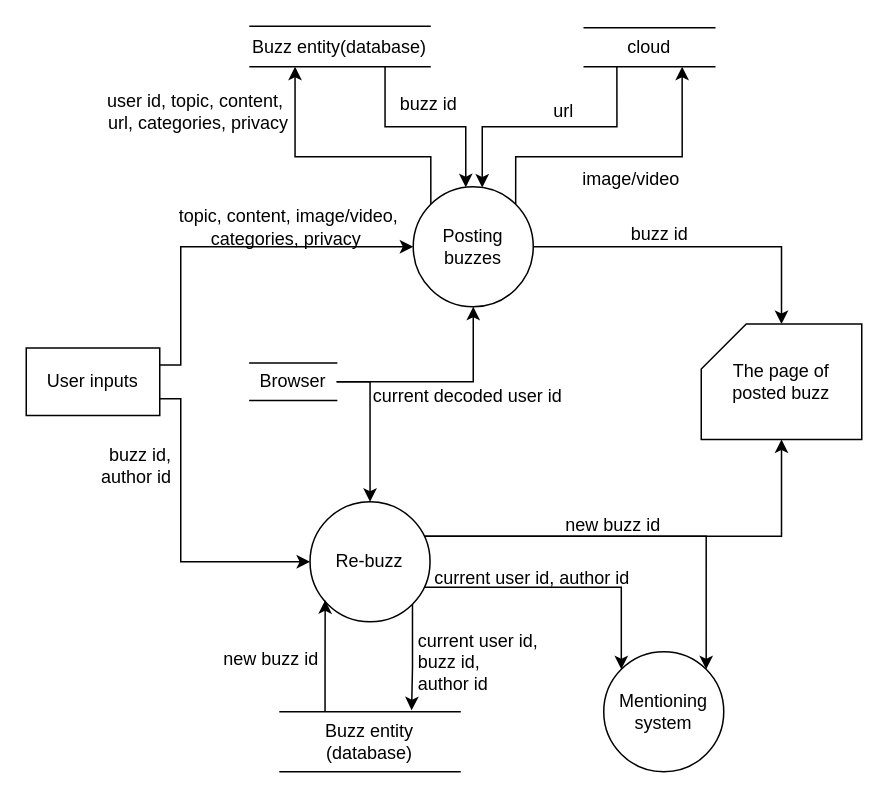
This is DFD/Buzzer/Posting.drawio from DonaldLamNL/buzzer, a draw.io file, before an edit. Source tidied: cells renumbered, new cells numbered last; positions are measured from the earlier drawing's top-left corner, leaving out a move shared by most shapes. Both pictures are drawn from the tidied source at 150%, with x=0, y=0 at pixel (26, 26).
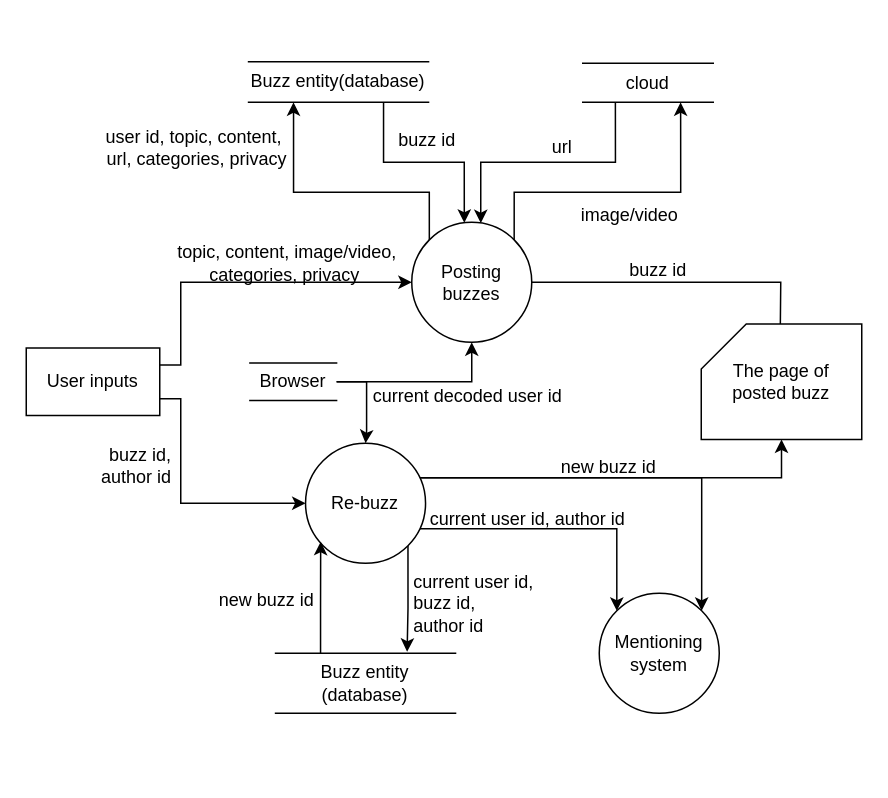
The same diagram, later.

Unchanged cells that the change refers to:
```xml
<mxCell id="15" value="The page of&lt;br&gt;posted buzz" style="shape=card;whiteSpace=wrap;html=1;" parent="1" vertex="1">
  <mxGeometry x="450" y="198.5" width="107" height="77" as="geometry" />
</mxCell>
<mxCell id="30" value="User inputs" style="rounded=0;whiteSpace=wrap;html=1;" parent="1" vertex="1">
  <mxGeometry y="214.5" width="89" height="45" as="geometry" />
</mxCell>
```

What changed in the source:
```diff
@@
     <mxCell id="2" value="&lt;div style=&quot;border-color: var(--border-color);&quot;&gt;&amp;nbsp;topic, content, image/video,&lt;/div&gt;&lt;div style=&quot;border-color: var(--border-color);&quot;&gt;categories, privacy&lt;/div&gt;" style="text;html=1;align=center;verticalAlign=middle;strokeColor=none;fillColor=none;" parent="1" vertex="1">
-      <mxGeometry x="89" y="114" width="167" height="40" as="geometry" />
+      <mxGeometry x="88" y="137.7" width="167" height="40" as="geometry" />
     </mxCell>
-    <mxCell id="3" style="edgeStyle=orthogonalEdgeStyle;rounded=0;jettySize=auto;html=1;exitX=1;exitY=0.25;exitDx=0;exitDy=0;entryX=0;entryY=0.5;entryDx=0;entryDy=0;" parent="1" edge="1" source="30" target="8">
-      <mxGeometry relative="1" as="geometry">
-        <Array as="points">
-          <mxPoint x="103" y="226" />
-          <mxPoint x="103" y="147" />
-        </Array>
-      </mxGeometry>
-    </mxCell>
     <mxCell id="4" style="edgeStyle=orthogonalEdgeStyle;rounded=0;jettySize=auto;html=1;exitX=1;exitY=0.75;exitDx=0;exitDy=0;entryX=0;entryY=0.5;entryDx=0;entryDy=0;" parent="1" edge="1" source="30" target="13">
       <mxGeometry relative="1" as="geometry">
         <Array as="points">
           <mxPoint x="103" y="248" />
-          <mxPoint x="103" y="357" />
+          <mxPoint x="103" y="318" />
         </Array>
       </mxGeometry>
     </mxCell>
     <mxCell id="5" style="edgeStyle=orthogonalEdgeStyle;rounded=0;jettySize=auto;html=1;exitX=0;exitY=0;exitDx=0;exitDy=0;entryX=0.25;entryY=1;entryDx=0;entryDy=0;" parent="1" edge="1" source="8" target="17">
       <mxGeometry relative="1" as="geometry">
         <Array as="points">
-          <mxPoint x="270" y="87" />
-          <mxPoint x="179" y="87" />
+          <mxPoint x="269" y="110.7" />
+          <mxPoint x="178" y="110.7" />
         </Array>
       </mxGeometry>
     </mxCell>
     <mxCell id="6" style="edgeStyle=orthogonalEdgeStyle;rounded=0;jettySize=auto;html=1;exitX=1;exitY=0;exitDx=0;exitDy=0;entryX=0.75;entryY=1;entryDx=0;entryDy=0;" parent="1" edge="1" source="8" target="19">
       <mxGeometry relative="1" as="geometry">
         <Array as="points">
-          <mxPoint x="326" y="87" />
-          <mxPoint x="438" y="87" />
+          <mxPoint x="325" y="110.7" />
+          <mxPoint x="437" y="110.7" />
         </Array>
       </mxGeometry>
     </mxCell>
-    <mxCell id="7" style="edgeStyle=orthogonalEdgeStyle;rounded=0;jettySize=auto;html=1;exitX=1;exitY=0.5;exitDx=0;exitDy=0;entryX=0.5;entryY=0;entryDx=0;entryDy=0;entryPerimeter=0;" parent="1" edge="1" source="8" target="15">
-      <mxGeometry relative="1" as="geometry" />
-    </mxCell>
+    <mxCell id="37" style="edgeStyle=orthogonalEdgeStyle;rounded=0;jettySize=auto;html=1;exitX=1;exitY=0.5;exitDx=0;exitDy=0;entryX=0.5;entryY=0;entryDx=0;entryDy=0;entryPerimeter=0;" parent="1" edge="1" source="8">
+      <mxGeometry relative="1" as="geometry">
+        <mxPoint x="502.5" y="222.2" as="targetPoint" />
+      </mxGeometry>
+    </mxCell>
     <mxCell id="8" value="Posting&lt;br&gt;buzzes" style="ellipse;whiteSpace=wrap;html=1;" parent="1" vertex="1">
-      <mxGeometry x="258" y="107" width="80" height="80" as="geometry" />
+      <mxGeometry x="257" y="130.7" width="80" height="80" as="geometry" />
     </mxCell>
@@
-    <mxCell id="10" style="edgeStyle=orthogonalEdgeStyle;rounded=0;jettySize=auto;html=1;exitX=0.953;exitY=0.713;exitDx=0;exitDy=0;entryX=0;entryY=0;entryDx=0;entryDy=0;exitPerimeter=0;" parent="1" edge="1" source="13" target="14">
-      <mxGeometry relative="1" as="geometry">
-        <Array as="points">
-          <mxPoint x="397" y="374" />
-        </Array>
-      </mxGeometry>
-    </mxCell>
+    <mxCell id="38" style="edgeStyle=orthogonalEdgeStyle;rounded=0;jettySize=auto;html=1;exitX=0.953;exitY=0.713;exitDx=0;exitDy=0;entryX=0;entryY=0;entryDx=0;entryDy=0;exitPerimeter=0;" parent="1" edge="1" source="13" target="14">
+      <mxGeometry relative="1" as="geometry">
+        <Array as="points">
+          <mxPoint x="394" y="335" />
+        </Array>
+      </mxGeometry>
+    </mxCell>
@@
-    <mxCell id="12" style="edgeStyle=orthogonalEdgeStyle;rounded=0;jettySize=auto;html=1;exitX=0.951;exitY=0.288;exitDx=0;exitDy=0;entryX=1;entryY=0;entryDx=0;entryDy=0;exitPerimeter=0;" parent="1" edge="1" source="13" target="14">
-      <mxGeometry relative="1" as="geometry" />
-    </mxCell>
+    <mxCell id="39" style="edgeStyle=orthogonalEdgeStyle;rounded=0;jettySize=auto;html=1;exitX=0.951;exitY=0.288;exitDx=0;exitDy=0;entryX=1;entryY=0;entryDx=0;entryDy=0;exitPerimeter=0;" parent="1" edge="1" source="13" target="14">
+      <mxGeometry relative="1" as="geometry" />
+    </mxCell>
     <mxCell id="13" value="Re-buzz" style="ellipse;whiteSpace=wrap;html=1;" parent="1" vertex="1">
-      <mxGeometry x="189.2" y="317" width="80" height="80" as="geometry" />
+      <mxGeometry x="186.2" y="278" width="80" height="80" as="geometry" />
     </mxCell>
     <mxCell id="14" value="Mentioning system" style="ellipse;whiteSpace=wrap;html=1;" parent="1" vertex="1">
-      <mxGeometry x="385" y="417" width="80" height="80" as="geometry" />
+      <mxGeometry x="382" y="378" width="80" height="80" as="geometry" />
     </mxCell>
@@
     <mxCell id="17" value="Buzz entity(database)" style="shape=partialRectangle;whiteSpace=wrap;html=1;left=0;right=0;fillColor=none;rounded=0;strokeColor=default;fontFamily=Helvetica;fontSize=12;fontColor=default;" parent="1" vertex="1">
-      <mxGeometry x="149.2" width="120" height="27" as="geometry" />
+      <mxGeometry x="148.2" y="23.7" width="120" height="27" as="geometry" />
     </mxCell>
@@
     <mxCell id="19" value="cloud" style="shape=partialRectangle;whiteSpace=wrap;html=1;left=0;right=0;fillColor=none;rounded=0;strokeColor=default;fontFamily=Helvetica;fontSize=12;fontColor=default;" parent="1" vertex="1">
-      <mxGeometry x="372" y="1" width="87" height="26" as="geometry" />
+      <mxGeometry x="371" y="24.7" width="87" height="26" as="geometry" />
     </mxCell>
     <mxCell id="20" value="image/video" style="text;html=1;align=center;verticalAlign=middle;strokeColor=none;fillColor=none;" parent="1" vertex="1">
-      <mxGeometry x="358" y="87" width="90" height="30" as="geometry" />
+      <mxGeometry x="357" y="110.7" width="90" height="30" as="geometry" />
     </mxCell>
     <mxCell id="21" value="url" style="text;html=1;align=center;verticalAlign=middle;strokeColor=none;fillColor=none;" parent="1" vertex="1">
-      <mxGeometry x="338" y="42" width="40" height="30" as="geometry" />
+      <mxGeometry x="337" y="65.7" width="40" height="30" as="geometry" />
     </mxCell>
-    <mxCell id="22" value="buzz id" style="text;html=1;align=center;verticalAlign=middle;strokeColor=none;fillColor=none;" parent="1" vertex="1">
-      <mxGeometry x="238" y="37" width="60" height="30" as="geometry" />
-    </mxCell>
+    <mxCell id="40" value="buzz id" style="text;html=1;align=center;verticalAlign=middle;strokeColor=none;fillColor=none;" parent="1" vertex="1">
+      <mxGeometry x="237" y="60.7" width="60" height="30" as="geometry" />
+    </mxCell>
     <mxCell id="23" value="&lt;div style=&quot;&quot;&gt;user id, topic, content,&amp;nbsp;&lt;/div&gt;&lt;div style=&quot;&quot;&gt;url, categories, privacy&lt;/div&gt;" style="text;html=1;align=right;verticalAlign=middle;strokeColor=none;fillColor=none;" parent="1" vertex="1">
-      <mxGeometry x="37" y="37" width="139" height="40" as="geometry" />
+      <mxGeometry x="36" y="60.7" width="139" height="40" as="geometry" />
     </mxCell>
@@
     <mxCell id="26" value="Buzz entity (database)" style="shape=partialRectangle;whiteSpace=wrap;html=1;left=0;right=0;fillColor=none;rounded=0;strokeColor=default;fontFamily=Helvetica;fontSize=12;fontColor=default;" parent="1" vertex="1">
-      <mxGeometry x="169.2" y="457" width="120" height="40" as="geometry" />
+      <mxGeometry x="166.2" y="418" width="120" height="40" as="geometry" />
     </mxCell>
     <mxCell id="27" value="&lt;div style=&quot;text-align: left;&quot;&gt;current user id,&lt;/div&gt;&lt;div style=&quot;text-align: left;&quot;&gt;buzz id,&lt;/div&gt;&lt;div style=&quot;text-align: left;&quot;&gt;author id&lt;/div&gt;" style="text;html=1;align=center;verticalAlign=middle;strokeColor=none;fillColor=none;" parent="1" vertex="1">
-      <mxGeometry x="252" y="397" width="98" height="54" as="geometry" />
+      <mxGeometry x="249" y="358" width="98" height="54" as="geometry" />
     </mxCell>
     <mxCell id="28" value="current user id,&amp;nbsp;author id" style="text;html=1;align=center;verticalAlign=middle;strokeColor=none;fillColor=none;" parent="1" vertex="1">
-      <mxGeometry x="263" y="355" width="148" height="26" as="geometry" />
+      <mxGeometry x="260" y="316" width="148" height="26" as="geometry" />
     </mxCell>
-    <mxCell id="29" value="new buzz id" style="text;html=1;align=center;verticalAlign=middle;strokeColor=none;fillColor=none;" parent="1" vertex="1">
-      <mxGeometry x="118" y="407" width="90" height="30" as="geometry" />
-    </mxCell>
+    <mxCell id="41" value="new buzz id" style="text;html=1;align=center;verticalAlign=middle;strokeColor=none;fillColor=none;" parent="1" vertex="1">
+      <mxGeometry x="115" y="368" width="90" height="30" as="geometry" />
+    </mxCell>
+    <mxCell id="3" style="edgeStyle=orthogonalEdgeStyle;rounded=0;jettySize=auto;html=1;exitX=1;exitY=0.25;exitDx=0;exitDy=0;entryX=0;entryY=0.5;entryDx=0;entryDy=0;" parent="1" edge="1" source="30" target="8">
+      <mxGeometry relative="1" as="geometry">
+        <Array as="points">
+          <mxPoint x="103" y="226" />
+          <mxPoint x="103" y="171" />
+        </Array>
+      </mxGeometry>
+    </mxCell>
@@
-    <mxCell id="35" value="buzz id" style="text;html=1;align=center;verticalAlign=middle;strokeColor=none;fillColor=none;" parent="1" vertex="1">
-      <mxGeometry x="394" y="126" width="56" height="26" as="geometry" />
-    </mxCell>
-    <mxCell id="36" value="new buzz id" style="text;html=1;align=center;verticalAlign=middle;strokeColor=none;fillColor=none;" parent="1" vertex="1">
-      <mxGeometry x="350" y="320" width="81" height="26" as="geometry" />
-    </mxCell>
+    <mxCell id="42" value="buzz id" style="text;html=1;align=center;verticalAlign=middle;strokeColor=none;fillColor=none;" parent="1" vertex="1">
+      <mxGeometry x="393" y="149.7" width="56" height="26" as="geometry" />
+    </mxCell>
+    <mxCell id="43" value="new buzz id" style="text;html=1;align=center;verticalAlign=middle;strokeColor=none;fillColor=none;" parent="1" vertex="1">
+      <mxGeometry x="347" y="281" width="81" height="26" as="geometry" />
+    </mxCell>
```
